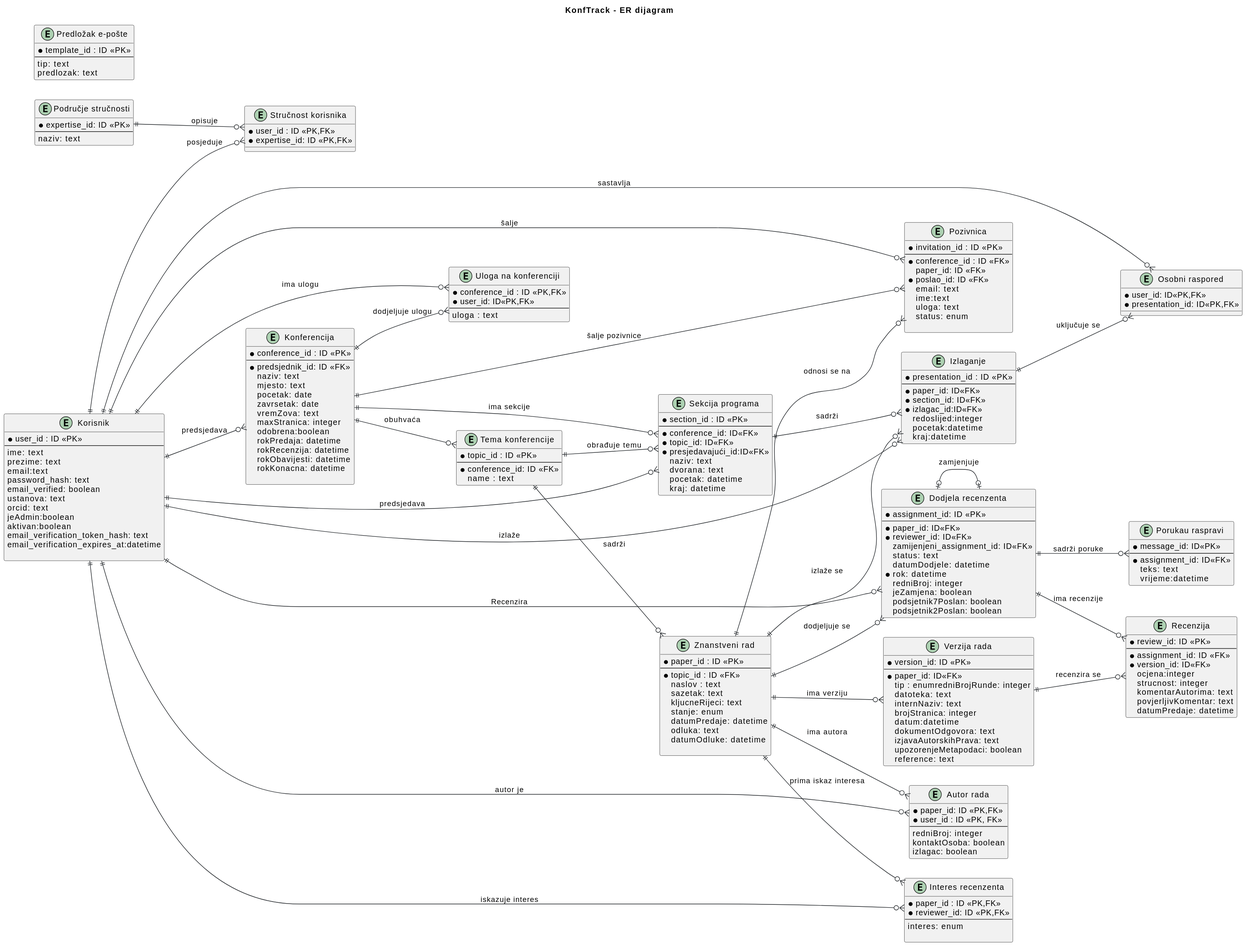
The PlantUML diagram docs/assets/diagrams/4-2-konftrack-data-ERD.svg in MatejCuric/KonfTrack-Grupa-12.1, before a commit. Its diagram source:
```plantuml
@startuml
title KonfTrack - ER dijagram
left to right direction

skinparam shadowing false
skinparam defaultFontName Arial
skinparam ArrowColor #212529

skinparam entity {
    BackgroundColor #E7F1FF
    BorderColor #0D6EFD
    FontColor #212529
}


entity "Korisnik" as User {
    * user_id : ID <<PK>>
    --
    ime: text
    prezime: text
    email:text
    password_hash: text
    email_verified: boolean
    ustanova: text
    orcid: text
    jeAdmin:boolean
    aktivan:boolean
    email_verification_token_hash: text
    email_verification_expires_at:datetime

}

entity "Područje stručnosti" as Expertise {
    * expertise_id: ID <<PK>>
    --
    naziv: text
}

entity "Stručnost korisnika" as UserExpertise{
    * user_id : ID <<PK,FK>>
    * expertise_id: ID <<PK,FK>>
}


entity "Konferencija" as Conference {
    * conference_id : ID <<PK>>
    --
    *predsjednik_id: ID <<FK>>
    naziv: text
    mjesto: text
    pocetak: date
    zavrsetak: date
    vremZova: text
    maxStranica: integer
    odobrena:boolean
    rokPredaja: datetime
    rokRecenzija: datetime
    rokObavijesti: datetime
    rokKonacna: datetime

}

entity "Tema konferencije" as Topic {
    * topic_id : ID <<PK>>
    --
    * conference_id: ID <<FK>>
    name : text
}

entity "Uloga na konferenciji" as UserConf {
    * conference_id : ID <<PK,FK>>
    *user_id: ID<<PK,FK>>
    --
    uloga : text
}


entity "Znanstveni rad" as Paper {
    * paper_id : ID <<PK>>
    --
    * topic_id : ID <<FK>>
    naslov : text
    sazetak: text
    kljucneRijeci: text
    stanje: enum
    datumPredaje: datetime
    odluka: text
    datumOdluke: datetime

}

entity "Autor rada" as PaperAuthor {
    * paper_id: ID <<PK,FK>>
    * user_id : ID <<PK, FK>>
    --
    redniBroj: integer
    kontaktOsoba: boolean
    izlagac: boolean
}

entity "Verzija rada" as PaperVersion {
    * version_id: ID <<PK>>
    --
    * paper_id: ID<<FK>>
    tip : enumredniBrojRunde: integer
    datoteka: text
    internNaziv: text
    brojStranica: integer
    datum:datetime
    dokumentOdgovora: text
    izjavaAutorskihPrava: text
    upozorenjeMetapodaci: boolean
    reference: text
}


entity "Pozivnica" as Invitation {
    * invitation_id : ID <<PK>>
    --
    * conference_id : ID <<FK>>
    paper_id: ID <<FK>>
    * poslao_id: ID <<FK>>
    email: text
    ime:text
    uloga: text
    status: enum

}


entity "Interes recenzenta" as ReviewBid {
    * paper_id : ID <<PK,FK>>
    * reviewer_id: ID <<PK,FK>>
    --
    interes: enum

}

entity "Dodjela recenzenta" as ReviewAssignment{
    * assignment_id: ID <<PK>>
    --
    * paper_id: ID<<FK>>
    * reviewer_id: ID<<FK>>
    zamijenjeni_assignment_id: ID<<FK>>
    status: text
    datumDodjele: datetime
    * rok: datetime
    redniBroj: integer
    jeZamjena: boolean
    podsjetnik7Poslan: boolean
    podsjetnik2Poslan: boolean
}

entity "Recenzija" as Review {
    * review_id: ID <<PK>>
    --
    * assignment_id: ID <<FK>>
    * version_id: ID<<FK>>
    ocjena:integer
    strucnost: integer
    komentarAutorima: text
    povjerljivKomentar: text
    datumPredaje: datetime
}

entity "Porukau raspravi" as DiscussionMessage{
    * message_id: ID<<PK>>
    --
    * assignment_id: ID<<FK>>
    teks: text
    vrijeme:datetime
}


entity "Sekcija programa" as Section {
    * section_id : ID <<PK>>
    --
    * conference_id: ID<<FK>>
    * topic_id: ID<<FK>>
    * presjedavajući_id:ID<<FK>>
    naziv: text
    dvorana: text
    pocetak: datetime
    kraj: datetime
}

entity "Izlaganje" as Presentation {
    * presentation_id : ID <<PK>>
    --
    * paper_id: ID<<FK>>
    * section_id: ID<<FK>>
    * izlagac_id:ID<<FK>>
    redoslijed:integer
    pocetak:datetime
    kraj:datetime
}

entity "Osobni raspored" as PersonalSchedule{
    * user_id: ID<<PK,FK>>
    * presentation_id: ID<<PK,FK>>
}


entity "Predložak e-pošte" as EmailTemplate {
    * template_id : ID <<PK>>
    --
    tip: text
    predlozak: text
}


User ||--o{ UserExpertise : posjeduje
Expertise ||--o{ UserExpertise : opisuje

User ||--o{ Conference : predsjedava
Conference ||--o{ Topic: obuhvaća
User ||--o{ UserConf : ima ulogu
Conference ||--o{ UserConf: dodjeljuje ulogu

Topic ||--o{ Paper : sadrži
User ||--o{ PaperAuthor: autor je
Paper ||--o{ PaperAuthor : ima autora
Paper ||--o{ PaperVersion: ima verziju

Conference ||--o{ Invitation: šalje pozivnice
Paper ||--o{ Invitation : odnosi se na
User ||--o{ Invitation: šalje

Paper ||--o{ ReviewBid : prima iskaz interesa
User ||--o{ ReviewBid: iskazuje interes
Paper ||--o{ ReviewAssignment : dodjeljuje se
User ||--o{ ReviewAssignment: Recenzira

ReviewAssignment |o--o| ReviewAssignment: zamjenjuje

ReviewAssignment ||--o{ Review : ima recenzije
PaperVersion ||--o{ Review: recenzira se
ReviewAssignment ||--o{ DiscussionMessage : sadrži poruke

Conference ||--o{ Section: ima sekcije
Topic ||--o{ Section : obrađuje temu
User ||--o{ Section : predsjedava

Paper ||--o{ Presentation: izlaže se
Section ||--o{ Presentation : sadrži
User ||--o{ Presentation : izlaže

User ||--o{ PersonalSchedule : sastavlja
Presentation ||--o{ PersonalSchedule : uključuje se
@enduml
```
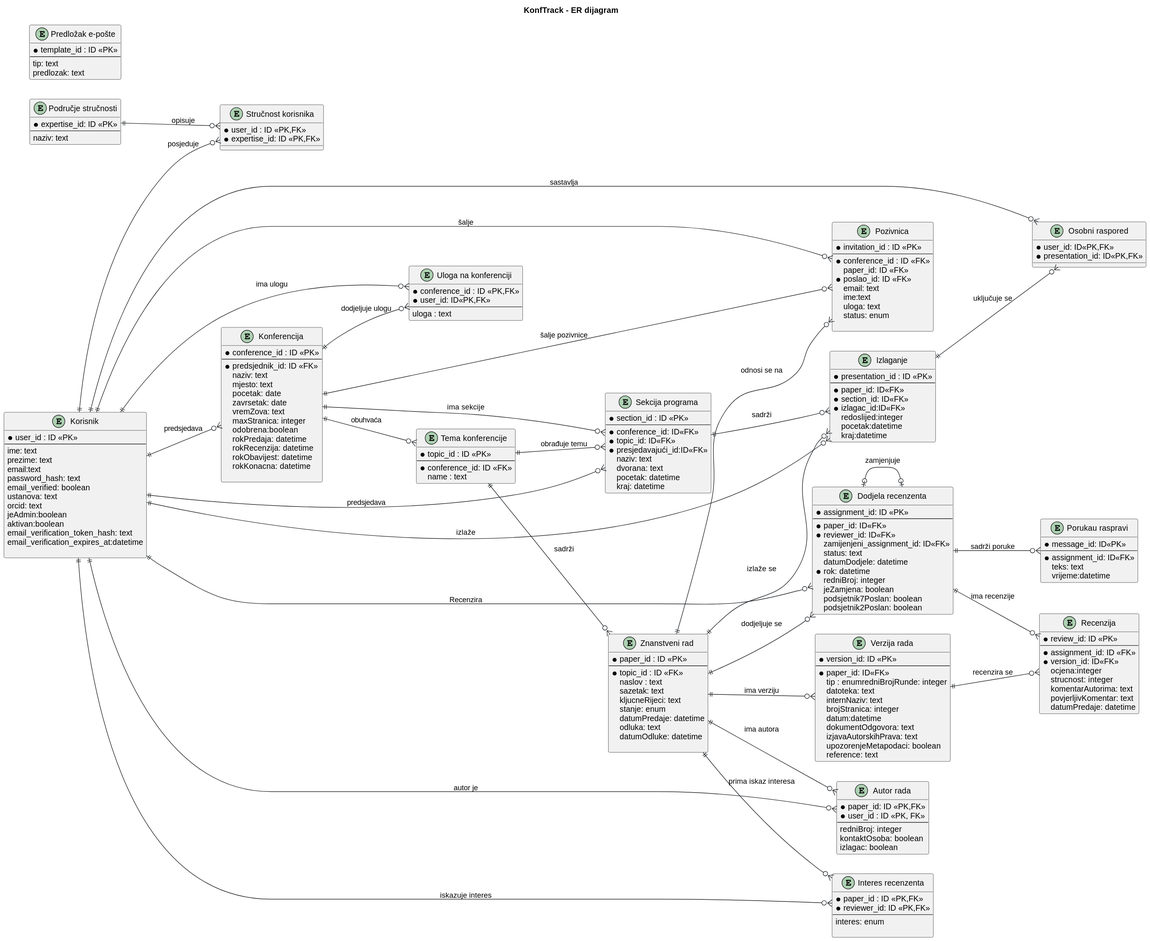
After the change.

Commit message:
Ažurirana dokumentacija 4.3.: ER dijagram i dijagram razreda

Change to the diagram source:
```diff
@@ -55,7 +55,7 @@
     odobrena:boolean
     rokPredaja: datetime
     rokRecenzija: datetime
-    rokObavijesti: datetime
+    rokObavijest: datetime
     rokKonacna: datetime
 
 }
```
